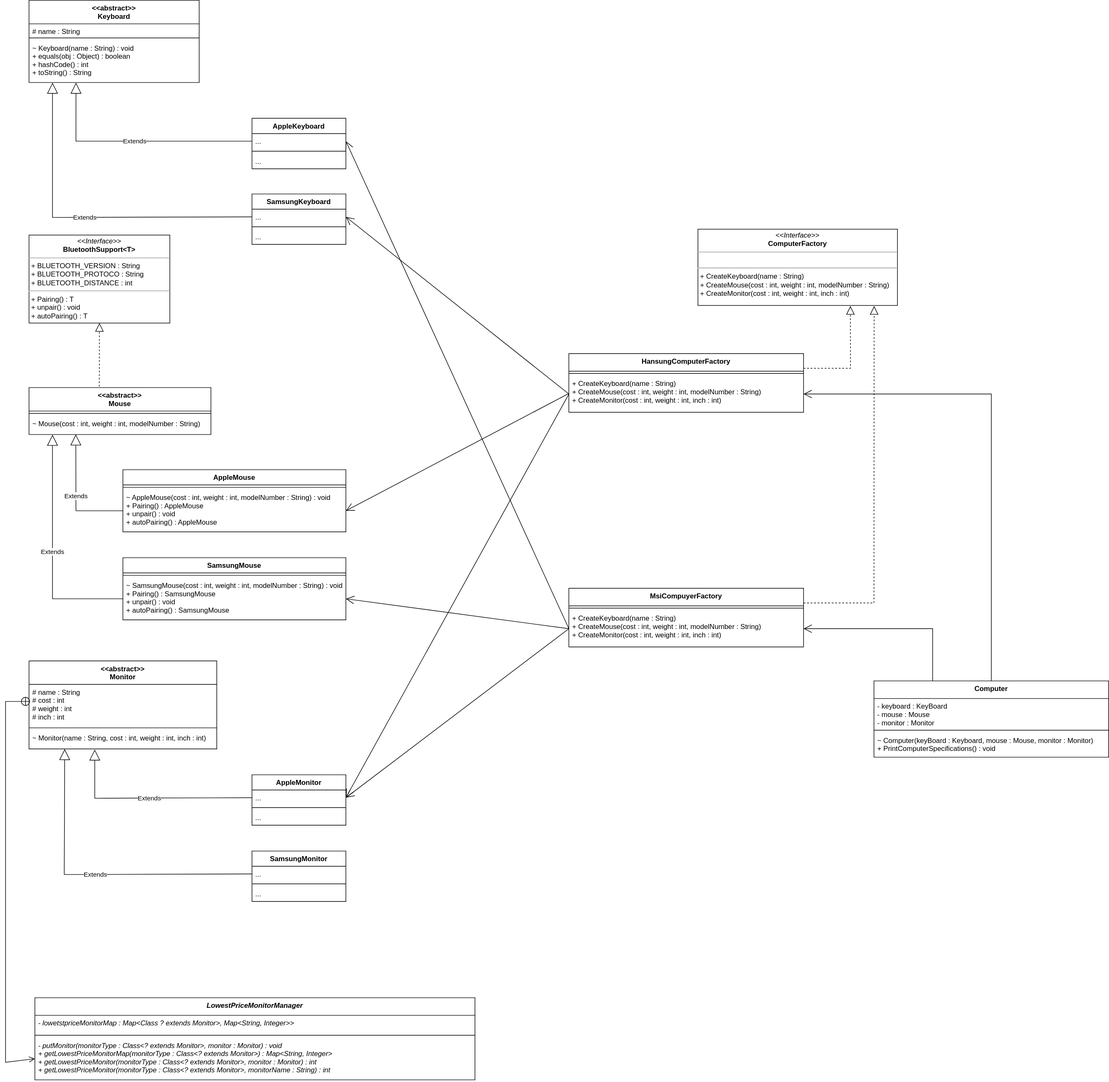
Before: app/src/main/resources/abstract_factory/Abstract_Method.drawio.svg, a diagram exported from draw.io (jongHyeon0000/DesignPattern-example). Source tidied: cells renumbered, new cells last; positions are measured from the earlier drawing's top-left corner, leaving out a move shared by most shapes.
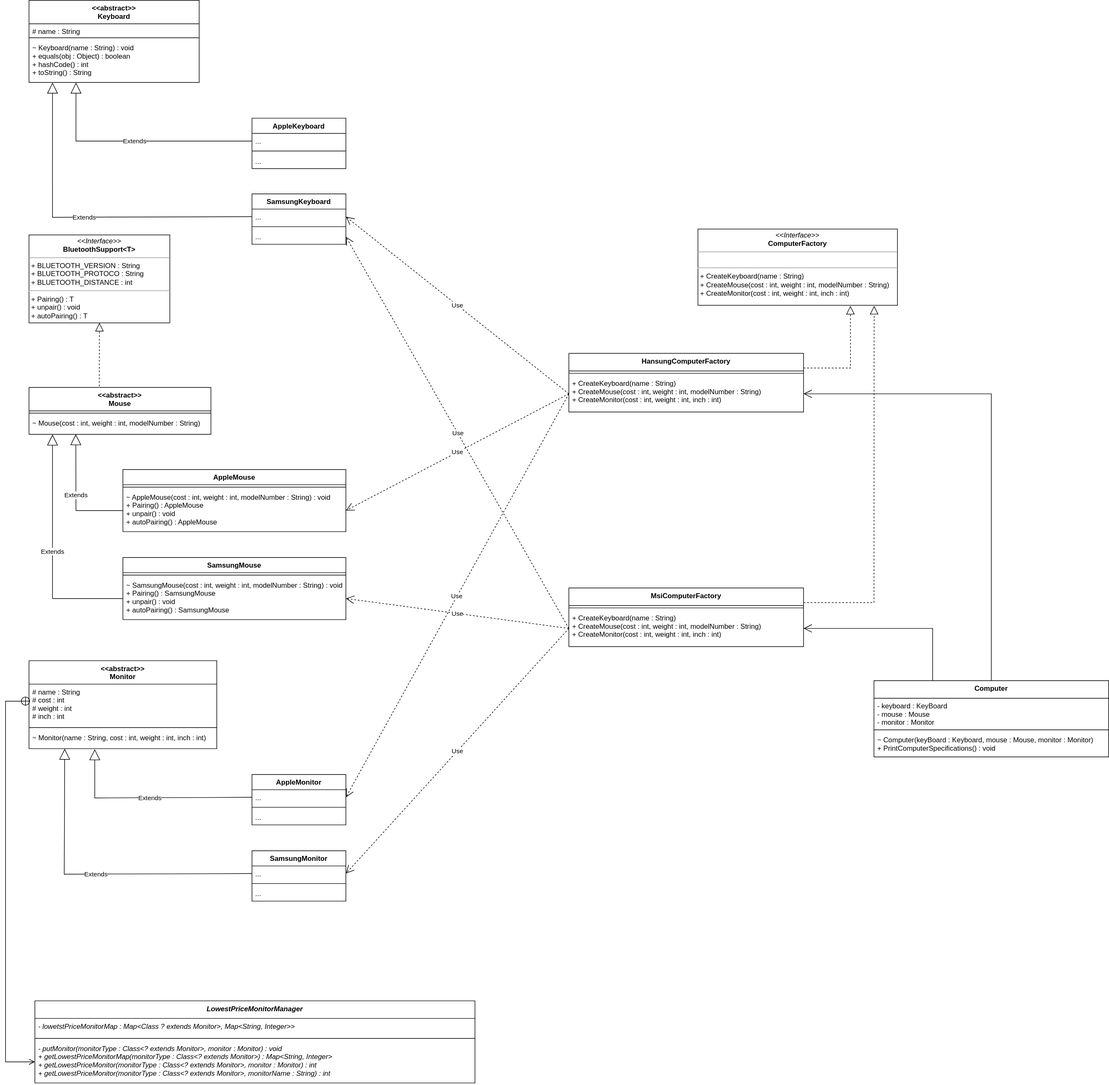
After the commit.

Change to the diagram source:
```diff
@@ -48,9 +48,9 @@
       <mxGeometry y="118" width="320" height="32" as="geometry" />
     </mxCell>
     <mxCell id="17" value="LowestPriceMonitorManager" style="swimlane;fontStyle=3;align=center;verticalAlign=top;horizontal=1;startSize=30;" parent="1" vertex="1">
-      <mxGeometry x="50" y="1700" width="750" height="140" as="geometry" />
+      <mxGeometry x="50" y="1706" width="750" height="140" as="geometry" />
     </mxCell>
-    <mxCell id="18" value="- lowetstpriceMonitorMap : Map&lt;Class ? extends Monitor&gt;, Map&lt;String, Integer&gt;&gt;" style="text;strokeColor=none;fillColor=none;align=left;verticalAlign=top;spacingLeft=4;spacingRight=4;overflow=hidden;fontStyle=2;" parent="17" vertex="1">
+    <mxCell id="18" value="- lowetstPriceMonitorMap : Map&lt;Class ? extends Monitor&gt;, Map&lt;String, Integer&gt;&gt;" style="text;strokeColor=none;fillColor=none;align=left;verticalAlign=top;spacingLeft=4;spacingRight=4;overflow=hidden;fontStyle=2;" parent="17" vertex="1">
       <mxGeometry y="30" width="750" height="30" as="geometry" />
     </mxCell>
     <mxCell id="19" style="line;strokeWidth=1;fillColor=none;align=left;verticalAlign=middle;spacingTop=-1;spacingLeft=3;spacingRight=3;labelPosition=right;" parent="17" vertex="1">
@@ -137,7 +137,7 @@
     <mxCell id="46" value="+ CreateKeyboard(name : String)&#10;+ CreateMouse(cost : int, weight : int, modelNumber : String)&#10;+ CreateMonitor(cost : int, weight : int, inch : int)" style="text;strokeColor=none;fillColor=none;align=left;verticalAlign=top;spacingLeft=4;spacingRight=4;overflow=hidden;points=[[0,0.5],[1,0.5]];portConstraint=eastwest;" parent="44" vertex="1">
       <mxGeometry y="38" width="400" height="62" as="geometry" />
     </mxCell>
-    <mxCell id="47" value="MsiCompuyerFactory" style="swimlane;fontStyle=1;align=center;verticalAlign=top;horizontal=1;startSize=30;" parent="1" vertex="1">
+    <mxCell id="47" value="MsiComputerFactory" style="swimlane;fontStyle=1;align=center;verticalAlign=top;horizontal=1;startSize=30;" parent="1" vertex="1">
       <mxGeometry x="960" y="1002" width="400" height="100" as="geometry" />
     </mxCell>
     <mxCell id="48" style="line;strokeWidth=1;fillColor=none;align=left;verticalAlign=middle;spacingTop=-1;spacingLeft=3;spacingRight=3;labelPosition=right;" parent="47" vertex="1">
@@ -216,26 +216,6 @@
         </Array>
       </mxGeometry>
     </mxCell>
-    <mxCell id="61" style="endArrow=open;endFill=1;endSize=12;html=1;rounded=0;entryX=1;entryY=0.5;entryDx=0;entryDy=0;exitX=0;exitY=0.5;exitDx=0;exitDy=0;" parent="1" edge="1" source="46" target="27">
-      <mxGeometry relative="1" as="geometry" />
-    </mxCell>
-    <mxCell id="62" style="endArrow=open;endFill=1;endSize=12;html=1;rounded=0;entryX=1;entryY=0.5;entryDx=0;entryDy=0;" parent="1" edge="1" target="40">
-      <mxGeometry relative="1" as="geometry">
-        <mxPoint x="960" y="670" as="sourcePoint" />
-      </mxGeometry>
-    </mxCell>
-    <mxCell id="63" style="endArrow=open;endFill=1;endSize=12;html=1;rounded=0;entryX=1;entryY=0.5;entryDx=0;entryDy=0;exitX=0;exitY=0.5;exitDx=0;exitDy=0;" parent="1" edge="1" source="46" target="31">
-      <mxGeometry relative="1" as="geometry" />
-    </mxCell>
-    <mxCell id="64" style="endArrow=open;endFill=1;endSize=12;html=1;rounded=0;entryX=1;entryY=0.5;entryDx=0;entryDy=0;exitX=0;exitY=0.5;exitDx=0;exitDy=0;" parent="1" edge="1" source="49" target="23">
-      <mxGeometry relative="1" as="geometry" />
-    </mxCell>
-    <mxCell id="65" style="endArrow=open;endFill=1;endSize=12;html=1;rounded=0;entryX=1;entryY=0.5;entryDx=0;entryDy=0;exitX=0;exitY=0.5;exitDx=0;exitDy=0;" parent="1" edge="1" source="49" target="43">
-      <mxGeometry relative="1" as="geometry" />
-    </mxCell>
-    <mxCell id="66" style="endArrow=open;endFill=1;endSize=12;html=1;rounded=0;entryX=1;entryY=0.5;entryDx=0;entryDy=0;exitX=0;exitY=0.5;exitDx=0;exitDy=0;" parent="1" edge="1" source="49" target="31">
-      <mxGeometry relative="1" as="geometry" />
-    </mxCell>
     <mxCell id="67" style="endArrow=open;endFill=1;endSize=12;html=1;rounded=0;entryX=1;entryY=0.5;entryDx=0;entryDy=0;exitX=0.25;exitY=0;exitDx=0;exitDy=0;" parent="1" edge="1" source="6" target="49">
       <mxGeometry relative="1" as="geometry">
         <Array as="points">
@@ -250,5 +230,23 @@
         </Array>
       </mxGeometry>
     </mxCell>
+    <mxCell id="69" value="Use" style="endArrow=open;endSize=12;dashed=1;html=1;rounded=0;entryX=1;entryY=0.5;entryDx=0;entryDy=0;exitX=0;exitY=0.5;exitDx=0;exitDy=0;" parent="1" edge="1" source="49" target="35">
+      <mxGeometry relative="1" as="geometry" />
+    </mxCell>
+    <mxCell id="65" value="Use" style="endArrow=open;endSize=12;dashed=1;html=1;rounded=0;entryX=1;entryY=0.5;entryDx=0;entryDy=0;exitX=0;exitY=0.5;exitDx=0;exitDy=0;" parent="1" edge="1" source="49" target="43">
+      <mxGeometry relative="1" as="geometry" />
+    </mxCell>
+    <mxCell id="70" value="Use" style="endArrow=open;endSize=12;dashed=1;html=1;rounded=0;entryX=1;entryY=0.5;entryDx=0;entryDy=0;exitX=0;exitY=0.5;exitDx=0;exitDy=0;" parent="1" edge="1" source="49" target="29">
+      <mxGeometry relative="1" as="geometry" />
+    </mxCell>
+    <mxCell id="63" value="Use" style="endArrow=open;endSize=12;dashed=1;html=1;rounded=0;entryX=1;entryY=0.5;entryDx=0;entryDy=0;exitX=0;exitY=0.5;exitDx=0;exitDy=0;" parent="1" edge="1" source="46" target="31">
+      <mxGeometry relative="1" as="geometry" />
+    </mxCell>
+    <mxCell id="71" value="Use" style="endArrow=open;endSize=12;dashed=1;html=1;rounded=0;entryX=1;entryY=0.5;entryDx=0;entryDy=0;exitX=0;exitY=0.5;exitDx=0;exitDy=0;" parent="1" edge="1" source="46" target="40">
+      <mxGeometry relative="1" as="geometry" />
+    </mxCell>
+    <mxCell id="61" value="Use" style="endArrow=open;endSize=12;dashed=1;html=1;rounded=0;entryX=1;entryY=0.5;entryDx=0;entryDy=0;exitX=0;exitY=0.5;exitDx=0;exitDy=0;" parent="1" edge="1" source="46" target="27">
+      <mxGeometry relative="1" as="geometry" />
+    </mxCell>
   </root>
 </mxGraphModel>
```
